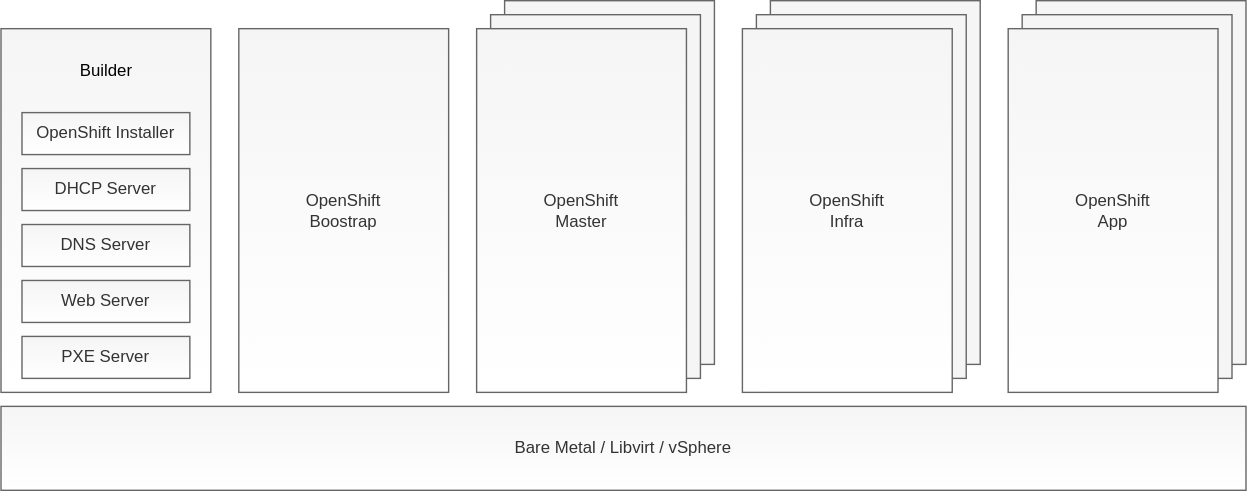
noseka1/openshift-auto-upi keeps this draw.io diagram as docs/openshift_auto_upi.svg. Above is the earlier version. Source tidied: cells renumbered, new cells last; positions are measured from the earlier drawing's top-left corner, leaving out a move shared by most shapes.
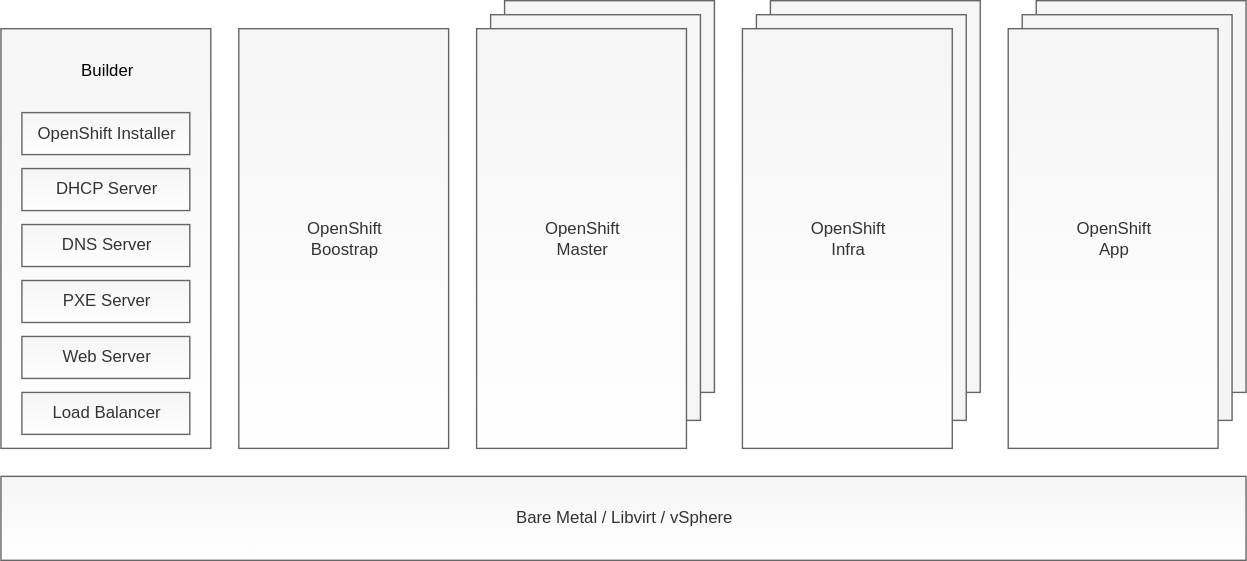
Later version of the same file.

Commit message:
Add load balancer to the picture

Diff of the diagram source:
```diff
@@ -3,7 +3,7 @@
     <mxCell id="0" />
     <mxCell id="1" parent="0" />
     <mxCell id="2" style="rounded=0;whiteSpace=wrap;html=1;fillColor=#f5f5f5;strokeColor=#666666;fontColor=#333333;gradientColor=#ffffff;" parent="1" vertex="1">
-      <mxGeometry y="20" width="150" height="260" as="geometry" />
+      <mxGeometry y="20" width="150" height="300" as="geometry" />
     </mxCell>
     <mxCell id="3" value="OpenShift Installer" style="rounded=0;whiteSpace=wrap;html=1;fillColor=#f5f5f5;strokeColor=#666666;fontColor=#333333;gradientColor=#ffffff;" parent="1" vertex="1">
       <mxGeometry x="15" y="80" width="120" height="30" as="geometry" />
@@ -15,46 +15,49 @@
       <mxGeometry x="15" y="160" width="120" height="30" as="geometry" />
     </mxCell>
     <mxCell id="6" value="Web Server" style="rounded=0;whiteSpace=wrap;html=1;fillColor=#f5f5f5;strokeColor=#666666;fontColor=#333333;gradientColor=#ffffff;" parent="1" vertex="1">
-      <mxGeometry x="15" y="200" width="120" height="30" as="geometry" />
+      <mxGeometry x="15" y="240" width="120" height="30" as="geometry" />
     </mxCell>
     <mxCell id="7" value="PXE Server" style="rounded=0;whiteSpace=wrap;html=1;fillColor=#f5f5f5;strokeColor=#666666;fontColor=#333333;gradientColor=#ffffff;" parent="1" vertex="1">
-      <mxGeometry x="15" y="240" width="120" height="30" as="geometry" />
+      <mxGeometry x="15" y="200" width="120" height="30" as="geometry" />
     </mxCell>
     <mxCell id="8" value="OpenShift&lt;br&gt;Boostrap" style="rounded=0;whiteSpace=wrap;html=1;fillColor=#f5f5f5;strokeColor=#666666;fontColor=#333333;gradientColor=#ffffff;" parent="1" vertex="1">
-      <mxGeometry x="170" y="20" width="150" height="260" as="geometry" />
+      <mxGeometry x="170" y="20" width="150" height="300" as="geometry" />
     </mxCell>
     <mxCell id="9" value="OpenShift&lt;br&gt;Master" style="rounded=0;whiteSpace=wrap;html=1;fillColor=#f5f5f5;strokeColor=#666666;fontColor=#333333;" parent="1" vertex="1">
-      <mxGeometry x="360" width="150" height="260" as="geometry" />
+      <mxGeometry x="360" width="150" height="280" as="geometry" />
     </mxCell>
     <mxCell id="10" value="OpenShift&lt;br&gt;Master" style="rounded=0;whiteSpace=wrap;html=1;fillColor=#f5f5f5;strokeColor=#666666;fontColor=#333333;" parent="1" vertex="1">
-      <mxGeometry x="350" y="10" width="150" height="260" as="geometry" />
+      <mxGeometry x="350" y="10" width="150" height="290" as="geometry" />
     </mxCell>
     <mxCell id="11" value="OpenShift&lt;br&gt;Master" style="rounded=0;whiteSpace=wrap;html=1;fillColor=#f5f5f5;strokeColor=#666666;fontColor=#333333;gradientColor=#ffffff;" parent="1" vertex="1">
-      <mxGeometry x="340" y="20" width="150" height="260" as="geometry" />
+      <mxGeometry x="340" y="20" width="150" height="300" as="geometry" />
     </mxCell>
     <mxCell id="12" value="OpenShift&lt;br&gt;Master" style="rounded=0;whiteSpace=wrap;html=1;fillColor=#f5f5f5;strokeColor=#666666;fontColor=#333333;" parent="1" vertex="1">
-      <mxGeometry x="550" width="150" height="260" as="geometry" />
+      <mxGeometry x="550" width="150" height="280" as="geometry" />
     </mxCell>
     <mxCell id="13" value="OpenShift&lt;br&gt;Master" style="rounded=0;whiteSpace=wrap;html=1;fillColor=#f5f5f5;strokeColor=#666666;fontColor=#333333;" parent="1" vertex="1">
-      <mxGeometry x="540" y="10" width="150" height="260" as="geometry" />
+      <mxGeometry x="540" y="10" width="150" height="290" as="geometry" />
     </mxCell>
     <mxCell id="14" value="OpenShift&lt;br&gt;Infra" style="rounded=0;whiteSpace=wrap;html=1;fillColor=#f5f5f5;strokeColor=#666666;fontColor=#333333;gradientColor=#ffffff;" parent="1" vertex="1">
-      <mxGeometry x="530" y="20" width="150" height="260" as="geometry" />
+      <mxGeometry x="530" y="20" width="150" height="300" as="geometry" />
     </mxCell>
     <mxCell id="15" value="OpenShift&lt;br&gt;Master" style="rounded=0;whiteSpace=wrap;html=1;fillColor=#f5f5f5;strokeColor=#666666;fontColor=#333333;" parent="1" vertex="1">
-      <mxGeometry x="740" width="150" height="260" as="geometry" />
+      <mxGeometry x="740" width="150" height="280" as="geometry" />
     </mxCell>
     <mxCell id="16" value="OpenShift&lt;br&gt;Master" style="rounded=0;whiteSpace=wrap;html=1;fillColor=#f5f5f5;strokeColor=#666666;fontColor=#333333;" parent="1" vertex="1">
-      <mxGeometry x="730" y="10" width="150" height="260" as="geometry" />
+      <mxGeometry x="730" y="10" width="150" height="290" as="geometry" />
     </mxCell>
     <mxCell id="17" value="OpenShift&lt;br&gt;App" style="rounded=0;whiteSpace=wrap;html=1;fillColor=#f5f5f5;strokeColor=#666666;fontColor=#333333;gradientColor=#ffffff;" parent="1" vertex="1">
-      <mxGeometry x="720" y="20" width="150" height="260" as="geometry" />
+      <mxGeometry x="720" y="20" width="150" height="300" as="geometry" />
     </mxCell>
     <mxCell id="18" value="Bare Metal / Libvirt / vSphere" style="rounded=0;whiteSpace=wrap;html=1;fillColor=#f5f5f5;strokeColor=#666666;fontColor=#333333;gradientColor=#ffffff;" parent="1" vertex="1">
-      <mxGeometry y="290" width="890" height="60" as="geometry" />
+      <mxGeometry y="340" width="890" height="60" as="geometry" />
     </mxCell>
     <mxCell id="19" value="Builder" style="text;html=1;strokeColor=none;fillColor=none;align=center;verticalAlign=middle;whiteSpace=wrap;rounded=0;" parent="1" vertex="1">
       <mxGeometry x="37.5" y="40" width="75" height="20" as="geometry" />
     </mxCell>
+    <mxCell id="20" value="Load Balancer" style="rounded=0;whiteSpace=wrap;html=1;fillColor=#f5f5f5;strokeColor=#666666;fontColor=#333333;gradientColor=#ffffff;" parent="1" vertex="1">
+      <mxGeometry x="15" y="280" width="120" height="30" as="geometry" />
+    </mxCell>
   </root>
 </mxGraphModel>
```
